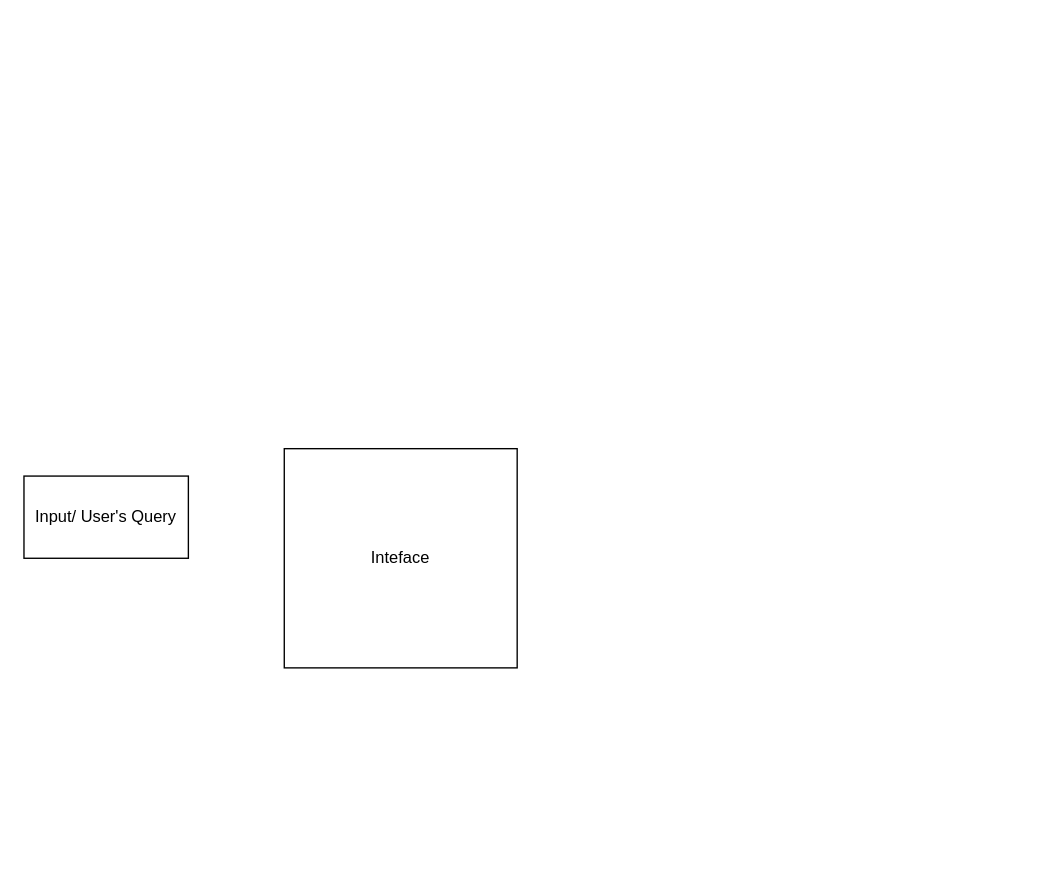
The draw.io diagram Baseline.drawio in Mancupfire/Retrieval_Model, before the edit. Source tidied: cells renumbered, new cells numbered last; positions are measured from the earlier drawing's top-left corner, leaving out a move shared by most shapes. Both pictures are drawn from the tidied source at 137%, with x=0, y=0 at pixel (23, 448).
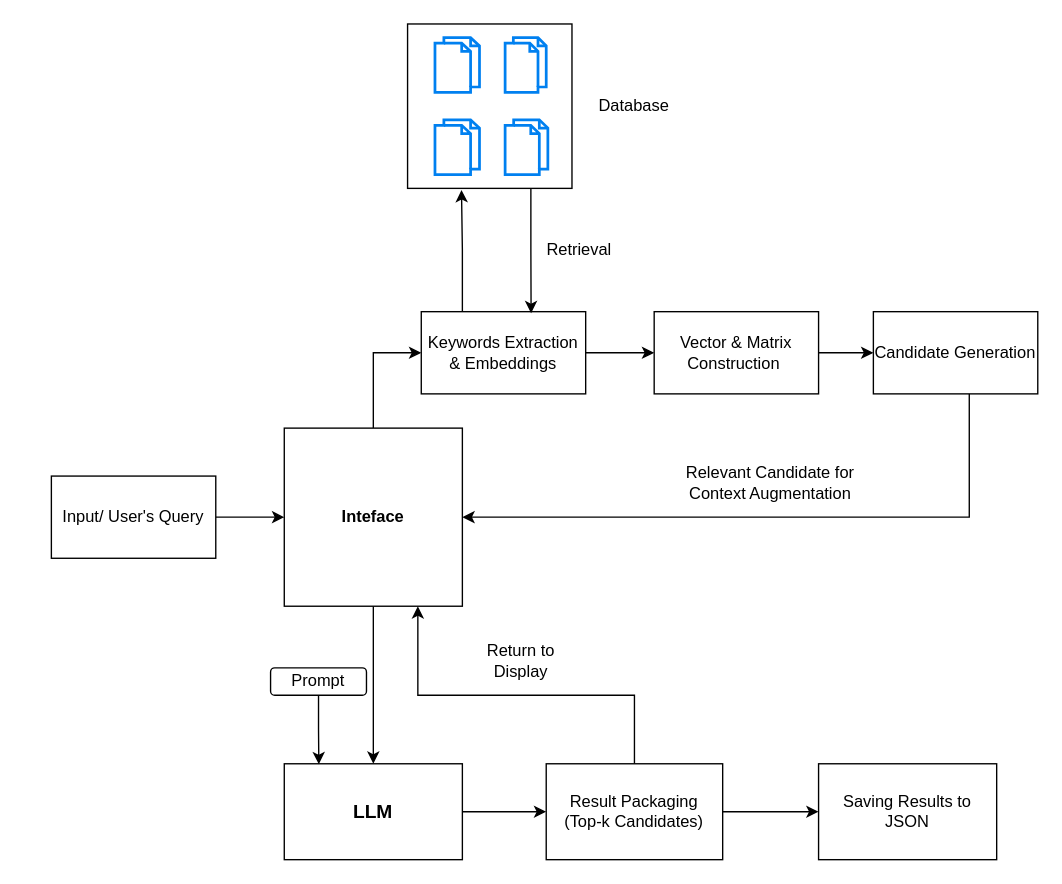
Above is the later version.

What changed in the source:
```diff
@@
+    <mxCell id="4" style="rounded=0;whiteSpace=wrap;html=1;" parent="1" vertex="1">
+      <mxGeometry x="280" y="-310" width="120" height="120" as="geometry" />
+    </mxCell>
+    <mxCell id="5" style="edgeStyle=orthogonalEdgeStyle;rounded=0;jettySize=auto;html=1;entryX=0;entryY=0.5;entryDx=0;entryDy=0;" parent="1" edge="1" source="2" target="3">
+      <mxGeometry relative="1" as="geometry" />
+    </mxCell>
     <mxCell id="2" value="Input/ User's Query" style="rounded=0;whiteSpace=wrap;html=1;" parent="1" vertex="1">
-      <mxGeometry y="20" width="120" height="60" as="geometry" />
+      <mxGeometry x="20" y="20" width="120" height="60" as="geometry" />
     </mxCell>
+    <mxCell id="6" style="edgeStyle=orthogonalEdgeStyle;rounded=0;jettySize=auto;html=1;entryX=0;entryY=0.5;entryDx=0;entryDy=0;" parent="1" edge="1" source="3" target="9">
+      <mxGeometry relative="1" as="geometry" />
+    </mxCell>
+    <mxCell id="7" style="edgeStyle=orthogonalEdgeStyle;rounded=0;jettySize=auto;html=1;entryX=0.5;entryY=0;entryDx=0;entryDy=0;" parent="1" edge="1" source="3" target="23">
+      <mxGeometry relative="1" as="geometry" />
+    </mxCell>
-    <mxCell id="3" value="Inteface" style="rounded=0;whiteSpace=wrap;html=1;" parent="1" vertex="1">
-      <mxGeometry x="190" width="170" height="160" as="geometry" />
+    <mxCell id="3" value="&lt;b&gt;Inteface&lt;/b&gt;" style="rounded=0;whiteSpace=wrap;html=1;" parent="1" vertex="1">
+      <mxGeometry x="190" y="-15" width="130" height="130" as="geometry" />
     </mxCell>
+    <mxCell id="8" style="edgeStyle=orthogonalEdgeStyle;rounded=0;jettySize=auto;html=1;entryX=0;entryY=0.5;entryDx=0;entryDy=0;" parent="1" edge="1" source="9" target="11">
+      <mxGeometry relative="1" as="geometry" />
+    </mxCell>
+    <mxCell id="9" value="Keywords Extraction &amp;amp; Embeddings" style="rounded=0;whiteSpace=wrap;html=1;" parent="1" vertex="1">
+      <mxGeometry x="290" y="-100" width="120" height="60" as="geometry" />
+    </mxCell>
+    <mxCell id="10" style="edgeStyle=orthogonalEdgeStyle;rounded=0;jettySize=auto;html=1;entryX=0;entryY=0.5;entryDx=0;entryDy=0;" parent="1" edge="1" source="11" target="13">
+      <mxGeometry relative="1" as="geometry" />
+    </mxCell>
+    <mxCell id="11" value="Vector &amp;amp; Matrix Construction&amp;nbsp;" style="rounded=0;whiteSpace=wrap;html=1;" parent="1" vertex="1">
+      <mxGeometry x="460" y="-100" width="120" height="60" as="geometry" />
+    </mxCell>
+    <mxCell id="12" style="edgeStyle=orthogonalEdgeStyle;rounded=0;jettySize=auto;html=1;entryX=1;entryY=0.5;entryDx=0;entryDy=0;" parent="1" edge="1" source="13" target="3">
+      <mxGeometry relative="1" as="geometry">
+        <Array as="points">
+          <mxPoint x="690" y="50" />
+        </Array>
+      </mxGeometry>
+    </mxCell>
+    <mxCell id="13" value="Candidate Generation" style="rounded=0;whiteSpace=wrap;html=1;" parent="1" vertex="1">
+      <mxGeometry x="620" y="-100" width="120" height="60" as="geometry" />
+    </mxCell>
+    <mxCell id="14" style="html=1;verticalLabelPosition=bottom;align=center;labelBackgroundColor=#ffffff;verticalAlign=top;strokeWidth=2;strokeColor=#0080F0;shadow=0;dashed=0;shape=mxgraph.ios7.icons.documents;" parent="1" vertex="1">
+      <mxGeometry x="300" y="-300" width="32.5" height="40" as="geometry" />
+    </mxCell>
+    <mxCell id="15" style="html=1;verticalLabelPosition=bottom;align=center;labelBackgroundColor=#ffffff;verticalAlign=top;strokeWidth=2;strokeColor=#0080F0;shadow=0;dashed=0;shape=mxgraph.ios7.icons.documents;" parent="1" vertex="1">
+      <mxGeometry x="351.2" y="-240" width="31.2" height="40" as="geometry" />
+    </mxCell>
+    <mxCell id="16" style="html=1;verticalLabelPosition=bottom;align=center;labelBackgroundColor=#ffffff;verticalAlign=top;strokeWidth=2;strokeColor=#0080F0;shadow=0;dashed=0;shape=mxgraph.ios7.icons.documents;" parent="1" vertex="1">
+      <mxGeometry x="300" y="-240" width="32.5" height="40" as="geometry" />
+    </mxCell>
+    <mxCell id="17" style="html=1;verticalLabelPosition=bottom;align=center;labelBackgroundColor=#ffffff;verticalAlign=top;strokeWidth=2;strokeColor=#0080F0;shadow=0;dashed=0;shape=mxgraph.ios7.icons.documents;" parent="1" vertex="1">
+      <mxGeometry x="351.2" y="-300" width="30" height="40" as="geometry" />
+    </mxCell>
+    <mxCell id="18" style="edgeStyle=orthogonalEdgeStyle;rounded=0;jettySize=auto;html=1;exitX=0.25;exitY=0;exitDx=0;exitDy=0;entryX=0.328;entryY=1.01;entryDx=0;entryDy=0;entryPerimeter=0;" parent="1" edge="1" source="9" target="4">
+      <mxGeometry relative="1" as="geometry" />
+    </mxCell>
+    <mxCell id="19" style="edgeStyle=orthogonalEdgeStyle;rounded=0;jettySize=auto;html=1;exitX=0.75;exitY=1;exitDx=0;exitDy=0;entryX=0.668;entryY=0.019;entryDx=0;entryDy=0;entryPerimeter=0;" parent="1" edge="1" source="4" target="9">
+      <mxGeometry relative="1" as="geometry" />
+    </mxCell>
+    <mxCell id="20" value="Retrieval" style="text;html=1;align=center;verticalAlign=middle;strokeColor=none;fillColor=none;" parent="1" vertex="1">
+      <mxGeometry x="370" y="-160" width="70" height="30" as="geometry" />
+    </mxCell>
+    <mxCell id="21" value="Relevant Candidate for Context Augmentation" style="text;html=1;align=center;verticalAlign=middle;whiteSpace=wrap;rounded=0;" parent="1" vertex="1">
+      <mxGeometry x="470" y="10" width="150" height="30" as="geometry" />
+    </mxCell>
+    <mxCell id="22" style="edgeStyle=orthogonalEdgeStyle;rounded=0;jettySize=auto;html=1;" parent="1" edge="1" source="23" target="28">
+      <mxGeometry relative="1" as="geometry" />
+    </mxCell>
+    <mxCell id="23" value="&lt;b&gt;&lt;font style=&quot;font-size: 14px;&quot;&gt;LLM&lt;/font&gt;&lt;/b&gt;" style="rounded=0;whiteSpace=wrap;html=1;" parent="1" vertex="1">
+      <mxGeometry x="190" y="230" width="130" height="70" as="geometry" />
+    </mxCell>
+    <mxCell id="24" value="Prompt" style="rounded=1;whiteSpace=wrap;html=1;" parent="1" vertex="1">
+      <mxGeometry x="180" y="160" width="70" height="20" as="geometry" />
+    </mxCell>
+    <mxCell id="25" style="edgeStyle=orthogonalEdgeStyle;rounded=0;jettySize=auto;html=1;entryX=0.194;entryY=0.005;entryDx=0;entryDy=0;entryPerimeter=0;" parent="1" edge="1" source="24" target="23">
+      <mxGeometry relative="1" as="geometry" />
+    </mxCell>
+    <mxCell id="26" style="edgeStyle=orthogonalEdgeStyle;rounded=0;jettySize=auto;html=1;entryX=0;entryY=0.5;entryDx=0;entryDy=0;" parent="1" edge="1" source="28" target="29">
+      <mxGeometry relative="1" as="geometry" />
+    </mxCell>
+    <mxCell id="27" style="edgeStyle=orthogonalEdgeStyle;rounded=0;jettySize=auto;html=1;entryX=0.75;entryY=1;entryDx=0;entryDy=0;" parent="1" edge="1" source="28" target="3">
+      <mxGeometry relative="1" as="geometry">
+        <Array as="points">
+          <mxPoint x="446" y="180" />
+          <mxPoint x="288" y="180" />
+        </Array>
+      </mxGeometry>
+    </mxCell>
+    <mxCell id="28" value="Result Packaging&lt;div&gt;(Top-k Candidates)&lt;/div&gt;" style="rounded=0;whiteSpace=wrap;html=1;" parent="1" vertex="1">
+      <mxGeometry x="381.2" y="230" width="128.8" height="70" as="geometry" />
+    </mxCell>
+    <mxCell id="29" value="Saving Results to JSON" style="rounded=0;whiteSpace=wrap;html=1;" parent="1" vertex="1">
+      <mxGeometry x="580" y="230" width="130" height="70" as="geometry" />
+    </mxCell>
+    <mxCell id="30" value="Return to Display" style="text;html=1;align=center;verticalAlign=middle;whiteSpace=wrap;rounded=0;" parent="1" vertex="1">
+      <mxGeometry x="332.5" y="140" width="60" height="30" as="geometry" />
+    </mxCell>
+    <mxCell id="31" value="Database" style="text;html=1;align=center;verticalAlign=middle;strokeColor=none;fillColor=none;" parent="1" vertex="1">
+      <mxGeometry x="410" y="-265" width="70" height="30" as="geometry" />
+    </mxCell>
```
